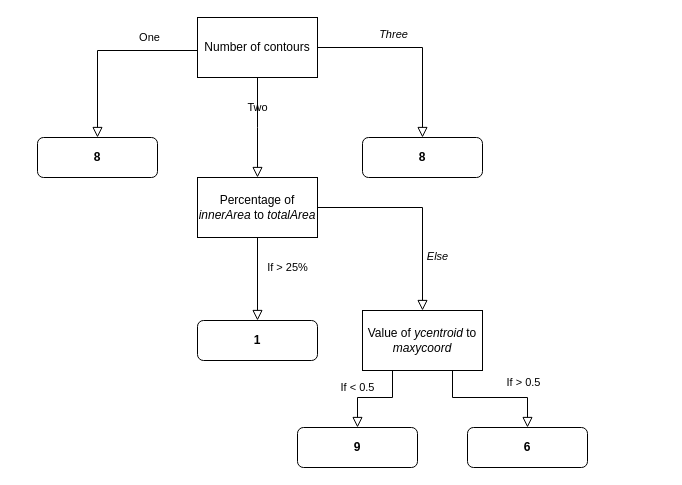
erikjan22/Image-Classification keeps this draw.io diagram as DecisionTree.drawio. Above is the earlier version. Source tidied: cells renumbered, new cells numbered last; positions are measured from the earlier drawing's top-left corner, leaving out a move shared by most shapes. Both pictures are drawn from the tidied source at 100%, with x=0, y=0 at pixel (37, 17).
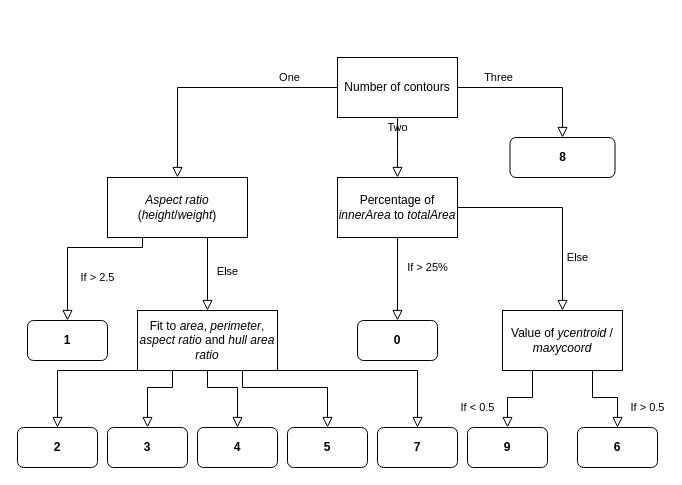
The same diagram, later.

What changed in the source:
```diff
@@
     <mxCell id="2" value="Two" style="rounded=0;html=1;jettySize=auto;fontSize=11;endArrow=block;endFill=0;endSize=8;strokeWidth=1;shadow=0;labelBackgroundColor=none;edgeStyle=orthogonalEdgeStyle;exitX=0.5;exitY=1;exitDx=0;exitDy=0;" parent="1" edge="1" source="10">
       <mxGeometry y="20" relative="1" as="geometry">
-        <mxPoint x="220" y="160" as="targetPoint" />
+        <mxPoint x="360" y="160" as="targetPoint" />
       </mxGeometry>
     </mxCell>
-    <mxCell id="3" value="&lt;i&gt;Three&lt;/i&gt;" style="edgeStyle=orthogonalEdgeStyle;rounded=0;html=1;jettySize=auto;fontSize=11;endArrow=block;endFill=0;endSize=8;strokeWidth=1;shadow=0;labelBackgroundColor=none;entryX=0.5;entryY=0;entryDx=0;entryDy=0;exitX=1;exitY=0.5;exitDx=0;exitDy=0;" parent="1" edge="1" source="10" target="4">
-      <mxGeometry x="-0.22" y="13" relative="1" as="geometry">
+    <mxCell id="3" value="Three" style="edgeStyle=orthogonalEdgeStyle;rounded=0;html=1;jettySize=auto;fontSize=11;endArrow=block;endFill=0;endSize=8;strokeWidth=1;shadow=0;labelBackgroundColor=none;entryX=0.5;entryY=0;entryDx=0;entryDy=0;exitX=1;exitY=0.5;exitDx=0;exitDy=0;" parent="1" edge="1" source="10" target="4">
+      <mxGeometry x="-0.47" y="10" relative="1" as="geometry">
         <Array as="points">
-          <mxPoint x="385" y="30" />
+          <mxPoint x="525" y="70" />
         </Array>
       </mxGeometry>
     </mxCell>
     <mxCell id="4" value="&lt;b&gt;8&lt;/b&gt;" style="rounded=1;whiteSpace=wrap;html=1;fontSize=12;glass=0;strokeWidth=1;shadow=0;" parent="1" vertex="1">
-      <mxGeometry x="325" y="120" width="120" height="40" as="geometry" />
+      <mxGeometry x="472.5" y="120" width="105" height="40" as="geometry" />
     </mxCell>
@@
-    <mxCell id="6" value="&lt;b&gt;1&lt;/b&gt;" style="rounded=1;whiteSpace=wrap;html=1;fontSize=12;glass=0;strokeWidth=1;shadow=0;" parent="1" vertex="1">
-      <mxGeometry x="160" y="303" width="120" height="40" as="geometry" />
+    <mxCell id="6" value="&lt;b&gt;0&lt;/b&gt;" style="rounded=1;whiteSpace=wrap;html=1;fontSize=12;glass=0;strokeWidth=1;shadow=0;" parent="1" vertex="1">
+      <mxGeometry x="320" y="303" width="80" height="40" as="geometry" />
     </mxCell>
-    <mxCell id="7" value="&lt;i&gt;Else&lt;/i&gt;" style="edgeStyle=orthogonalEdgeStyle;rounded=0;html=1;jettySize=auto;fontSize=11;endArrow=block;endFill=0;endSize=8;strokeWidth=1;shadow=0;labelBackgroundColor=none;exitX=1;exitY=0.5;exitDx=0;exitDy=0;entryX=0.5;entryY=0;entryDx=0;entryDy=0;" parent="1" edge="1" source="11" target="12">
-      <mxGeometry x="0.48" y="15" relative="1" as="geometry">
+    <mxCell id="7" value="Else" style="edgeStyle=orthogonalEdgeStyle;rounded=0;html=1;jettySize=auto;fontSize=11;endArrow=block;endFill=0;endSize=8;strokeWidth=1;shadow=0;labelBackgroundColor=none;exitX=1;exitY=0.5;exitDx=0;exitDy=0;entryX=0.5;entryY=0;entryDx=0;entryDy=0;" parent="1" edge="1" source="11" target="12">
+      <mxGeometry x="0.49" y="15" relative="1" as="geometry">
         <Array as="points">
-          <mxPoint x="385" y="190" />
+          <mxPoint x="525" y="190" />
         </Array>
       </mxGeometry>
     </mxCell>
-    <mxCell id="8" value="&lt;b&gt;8&lt;/b&gt;" style="rounded=1;whiteSpace=wrap;html=1;fontSize=12;glass=0;strokeWidth=1;shadow=0;" parent="1" vertex="1">
-      <mxGeometry y="120" width="120" height="40" as="geometry" />
-    </mxCell>
-    <mxCell id="9" value="One" style="edgeStyle=orthogonalEdgeStyle;rounded=0;html=1;jettySize=auto;fontSize=11;endArrow=block;endFill=0;endSize=8;strokeWidth=1;shadow=0;labelBackgroundColor=none;entryX=0.5;entryY=0;entryDx=0;entryDy=0;exitX=0;exitY=0.5;exitDx=0;exitDy=0;" parent="1" edge="1" source="10" target="8">
-      <mxGeometry x="-0.46" y="-13" relative="1" as="geometry">
+    <mxCell id="9" value="One" style="edgeStyle=orthogonalEdgeStyle;rounded=0;html=1;jettySize=auto;fontSize=11;endArrow=block;endFill=0;endSize=8;strokeWidth=1;shadow=0;labelBackgroundColor=none;entryX=0.5;entryY=0;entryDx=0;entryDy=0;exitX=0;exitY=0.5;exitDx=0;exitDy=0;" parent="1" edge="1" source="10" target="17">
+      <mxGeometry x="-0.62" y="-10" relative="1" as="geometry">
         <Array as="points">
-          <mxPoint x="160" y="33" />
-          <mxPoint x="60" y="33" />
+          <mxPoint x="140" y="70" />
         </Array>
       </mxGeometry>
     </mxCell>
     <mxCell id="10" value="Number of contours" style="rounded=0;whiteSpace=wrap;html=1;" parent="1" vertex="1">
-      <mxGeometry x="160" width="120" height="60" as="geometry" />
+      <mxGeometry x="300" y="40" width="120" height="60" as="geometry" />
     </mxCell>
     <mxCell id="11" value="Percentage of &lt;i&gt;innerArea&lt;/i&gt; to &lt;i&gt;totalArea&lt;/i&gt;" style="rounded=0;whiteSpace=wrap;html=1;" parent="1" vertex="1">
-      <mxGeometry x="160" y="160" width="120" height="60" as="geometry" />
+      <mxGeometry x="300" y="160" width="120" height="60" as="geometry" />
     </mxCell>
-    <mxCell id="12" value="Value of &lt;i&gt;ycentroid&lt;/i&gt; to &lt;i&gt;maxycoord&lt;/i&gt;" style="rounded=0;whiteSpace=wrap;html=1;" parent="1" vertex="1">
-      <mxGeometry x="325" y="293" width="120" height="60" as="geometry" />
+    <mxCell id="12" value="Value of &lt;i&gt;ycentroid&lt;/i&gt; / &lt;i&gt;maxycoord&lt;/i&gt;" style="rounded=0;whiteSpace=wrap;html=1;" parent="1" vertex="1">
+      <mxGeometry x="465" y="293" width="120" height="60" as="geometry" />
     </mxCell>
     <mxCell id="13" value="&lt;b&gt;9&lt;/b&gt;" style="rounded=1;whiteSpace=wrap;html=1;fontSize=12;glass=0;strokeWidth=1;shadow=0;" parent="1" vertex="1">
-      <mxGeometry x="260" y="410" width="120" height="40" as="geometry" />
+      <mxGeometry x="430" y="410" width="80" height="40" as="geometry" />
     </mxCell>
     <mxCell id="14" value="&lt;b&gt;6&lt;/b&gt;" style="rounded=1;whiteSpace=wrap;html=1;fontSize=12;glass=0;strokeWidth=1;shadow=0;" parent="1" vertex="1">
-      <mxGeometry x="430" y="410" width="120" height="40" as="geometry" />
+      <mxGeometry x="540" y="410" width="80" height="40" as="geometry" />
     </mxCell>
     <mxCell id="15" value="If &amp;gt; 0.5" style="edgeStyle=orthogonalEdgeStyle;rounded=0;html=1;jettySize=auto;fontSize=11;endArrow=block;endFill=0;endSize=8;strokeWidth=1;shadow=0;labelBackgroundColor=none;exitX=0.75;exitY=1;exitDx=0;exitDy=0;entryX=0.5;entryY=0;entryDx=0;entryDy=0;" parent="1" edge="1" source="12" target="14">
-      <mxGeometry x="0.48" y="15" relative="1" as="geometry">
+      <mxGeometry x="0.51" y="30" relative="1" as="geometry">
         <Array as="points">
-          <mxPoint x="415" y="380" />
-          <mxPoint x="490" y="380" />
+          <mxPoint x="555" y="380" />
+          <mxPoint x="580" y="380" />
         </Array>
       </mxGeometry>
     </mxCell>
     <mxCell id="16" value="If &amp;lt; 0.5&lt;br&gt;&lt;i&gt;&lt;/i&gt;" style="edgeStyle=orthogonalEdgeStyle;rounded=0;html=1;jettySize=auto;fontSize=11;endArrow=block;endFill=0;endSize=8;strokeWidth=1;shadow=0;labelBackgroundColor=none;exitX=0.25;exitY=1;exitDx=0;exitDy=0;entryX=0.5;entryY=0;entryDx=0;entryDy=0;" parent="1" edge="1" source="12" target="13">
-      <mxGeometry x="0.34" y="-10" relative="1" as="geometry">
+      <mxGeometry x="0.51" y="-30" relative="1" as="geometry">
         <Array as="points">
-          <mxPoint x="355" y="380" />
-          <mxPoint x="320" y="380" />
+          <mxPoint x="495" y="380" />
+          <mxPoint x="470" y="380" />
         </Array>
-        <mxPoint x="10" y="-10" as="offset" />
       </mxGeometry>
     </mxCell>
+    <mxCell id="17" value="&lt;i&gt;Aspect ratio &lt;/i&gt;(&lt;i&gt;height&lt;/i&gt;/&lt;i&gt;weight&lt;/i&gt;)" style="rounded=0;whiteSpace=wrap;html=1;" parent="1" vertex="1">
+      <mxGeometry x="70" y="160" width="140" height="60" as="geometry" />
+    </mxCell>
+    <mxCell id="18" value="Fit to &lt;i&gt;area&lt;/i&gt;, &lt;i&gt;perimeter&lt;/i&gt;, &lt;i&gt;aspect ratio&lt;/i&gt; and &lt;i&gt;hull area ratio&lt;/i&gt;" style="rounded=0;whiteSpace=wrap;html=1;" parent="1" vertex="1">
+      <mxGeometry x="100" y="293" width="140" height="60" as="geometry" />
+    </mxCell>
+    <mxCell id="19" value="Else" style="rounded=0;html=1;jettySize=auto;fontSize=11;endArrow=block;endFill=0;endSize=8;strokeWidth=1;shadow=0;labelBackgroundColor=none;edgeStyle=orthogonalEdgeStyle;exitX=0.75;exitY=1;exitDx=0;exitDy=0;entryX=0.5;entryY=0;entryDx=0;entryDy=0;" parent="1" edge="1" source="17" target="18">
+      <mxGeometry y="20" relative="1" as="geometry">
+        <Array as="points">
+          <mxPoint x="170" y="220" />
+          <mxPoint x="170" y="293" />
+        </Array>
+      </mxGeometry>
+    </mxCell>
+    <mxCell id="20" value="&lt;b&gt;1&lt;/b&gt;" style="rounded=1;whiteSpace=wrap;html=1;fontSize=12;glass=0;strokeWidth=1;shadow=0;" parent="1" vertex="1">
+      <mxGeometry x="-10" y="303" width="80" height="40" as="geometry" />
+    </mxCell>
+    <mxCell id="21" value="&lt;div&gt;If &amp;gt; 2.5&lt;/div&gt;" style="rounded=0;html=1;jettySize=auto;fontSize=11;endArrow=block;endFill=0;endSize=8;strokeWidth=1;shadow=0;labelBackgroundColor=none;edgeStyle=orthogonalEdgeStyle;exitX=0.25;exitY=1;exitDx=0;exitDy=0;entryX=0.5;entryY=0;entryDx=0;entryDy=0;" parent="1" edge="1" source="17" target="20">
+      <mxGeometry x="0.46" y="30" relative="1" as="geometry">
+        <Array as="points">
+          <mxPoint x="105" y="230" />
+          <mxPoint x="30" y="230" />
+        </Array>
+      </mxGeometry>
+    </mxCell>
+    <mxCell id="22" value="&lt;b&gt;3&lt;/b&gt;" style="rounded=1;whiteSpace=wrap;html=1;fontSize=12;glass=0;strokeWidth=1;shadow=0;" parent="1" vertex="1">
+      <mxGeometry x="70" y="410" width="80" height="40" as="geometry" />
+    </mxCell>
+    <mxCell id="23" value="&lt;b&gt;2&lt;/b&gt;" style="rounded=1;whiteSpace=wrap;html=1;fontSize=12;glass=0;strokeWidth=1;shadow=0;" parent="1" vertex="1">
+      <mxGeometry x="-20" y="410" width="80" height="40" as="geometry" />
+    </mxCell>
+    <mxCell id="24" value="&lt;b&gt;4&lt;/b&gt;" style="rounded=1;whiteSpace=wrap;html=1;fontSize=12;glass=0;strokeWidth=1;shadow=0;" parent="1" vertex="1">
+      <mxGeometry x="160" y="410" width="80" height="40" as="geometry" />
+    </mxCell>
+    <mxCell id="25" value="&lt;b&gt;5&lt;/b&gt;" style="rounded=1;whiteSpace=wrap;html=1;fontSize=12;glass=0;strokeWidth=1;shadow=0;" parent="1" vertex="1">
+      <mxGeometry x="250" y="410" width="80" height="40" as="geometry" />
+    </mxCell>
+    <mxCell id="26" value="&lt;b&gt;7&lt;/b&gt;" style="rounded=1;whiteSpace=wrap;html=1;fontSize=12;glass=0;strokeWidth=1;shadow=0;" parent="1" vertex="1">
+      <mxGeometry x="340" y="410" width="80" height="40" as="geometry" />
+    </mxCell>
+    <mxCell id="27" style="rounded=0;html=1;jettySize=auto;fontSize=11;endArrow=block;endFill=0;endSize=8;strokeWidth=1;shadow=0;labelBackgroundColor=none;edgeStyle=orthogonalEdgeStyle;entryX=0.5;entryY=0;entryDx=0;entryDy=0;exitX=0;exitY=1;exitDx=0;exitDy=0;" parent="1" edge="1" source="18" target="23">
+      <mxGeometry x="-0.28" y="30" relative="1" as="geometry">
+        <Array as="points">
+          <mxPoint x="20" y="353" />
+        </Array>
+      </mxGeometry>
+    </mxCell>
+    <mxCell id="28" style="rounded=0;html=1;jettySize=auto;fontSize=11;endArrow=block;endFill=0;endSize=8;strokeWidth=1;shadow=0;labelBackgroundColor=none;edgeStyle=orthogonalEdgeStyle;entryX=0.5;entryY=0;entryDx=0;entryDy=0;exitX=0.25;exitY=1;exitDx=0;exitDy=0;" parent="1" edge="1" source="18" target="22">
+      <mxGeometry x="-0.28" y="30" relative="1" as="geometry">
+        <Array as="points">
+          <mxPoint x="135" y="370" />
+          <mxPoint x="110" y="370" />
+        </Array>
+      </mxGeometry>
+    </mxCell>
+    <mxCell id="29" style="rounded=0;html=1;jettySize=auto;fontSize=11;endArrow=block;endFill=0;endSize=8;strokeWidth=1;shadow=0;labelBackgroundColor=none;edgeStyle=orthogonalEdgeStyle;entryX=0.5;entryY=0;entryDx=0;entryDy=0;exitX=0.5;exitY=1;exitDx=0;exitDy=0;" parent="1" edge="1" source="18" target="24">
+      <mxGeometry x="-0.28" y="30" relative="1" as="geometry">
+        <Array as="points">
+          <mxPoint x="170" y="370" />
+          <mxPoint x="200" y="370" />
+        </Array>
+      </mxGeometry>
+    </mxCell>
+    <mxCell id="30" style="rounded=0;html=1;jettySize=auto;fontSize=11;endArrow=block;endFill=0;endSize=8;strokeWidth=1;shadow=0;labelBackgroundColor=none;edgeStyle=orthogonalEdgeStyle;entryX=0.5;entryY=0;entryDx=0;entryDy=0;exitX=0.75;exitY=1;exitDx=0;exitDy=0;" parent="1" edge="1" source="18" target="25">
+      <mxGeometry x="-0.28" y="30" relative="1" as="geometry">
+        <Array as="points">
+          <mxPoint x="205" y="370" />
+          <mxPoint x="290" y="370" />
+        </Array>
+      </mxGeometry>
+    </mxCell>
+    <mxCell id="31" style="rounded=0;html=1;jettySize=auto;fontSize=11;endArrow=block;endFill=0;endSize=8;strokeWidth=1;shadow=0;labelBackgroundColor=none;edgeStyle=orthogonalEdgeStyle;entryX=0.5;entryY=0;entryDx=0;entryDy=0;exitX=1;exitY=1;exitDx=0;exitDy=0;" parent="1" edge="1" source="18" target="26">
+      <mxGeometry x="-0.28" y="30" relative="1" as="geometry">
+        <Array as="points">
+          <mxPoint x="380" y="353" />
+        </Array>
+      </mxGeometry>
+    </mxCell>
```
